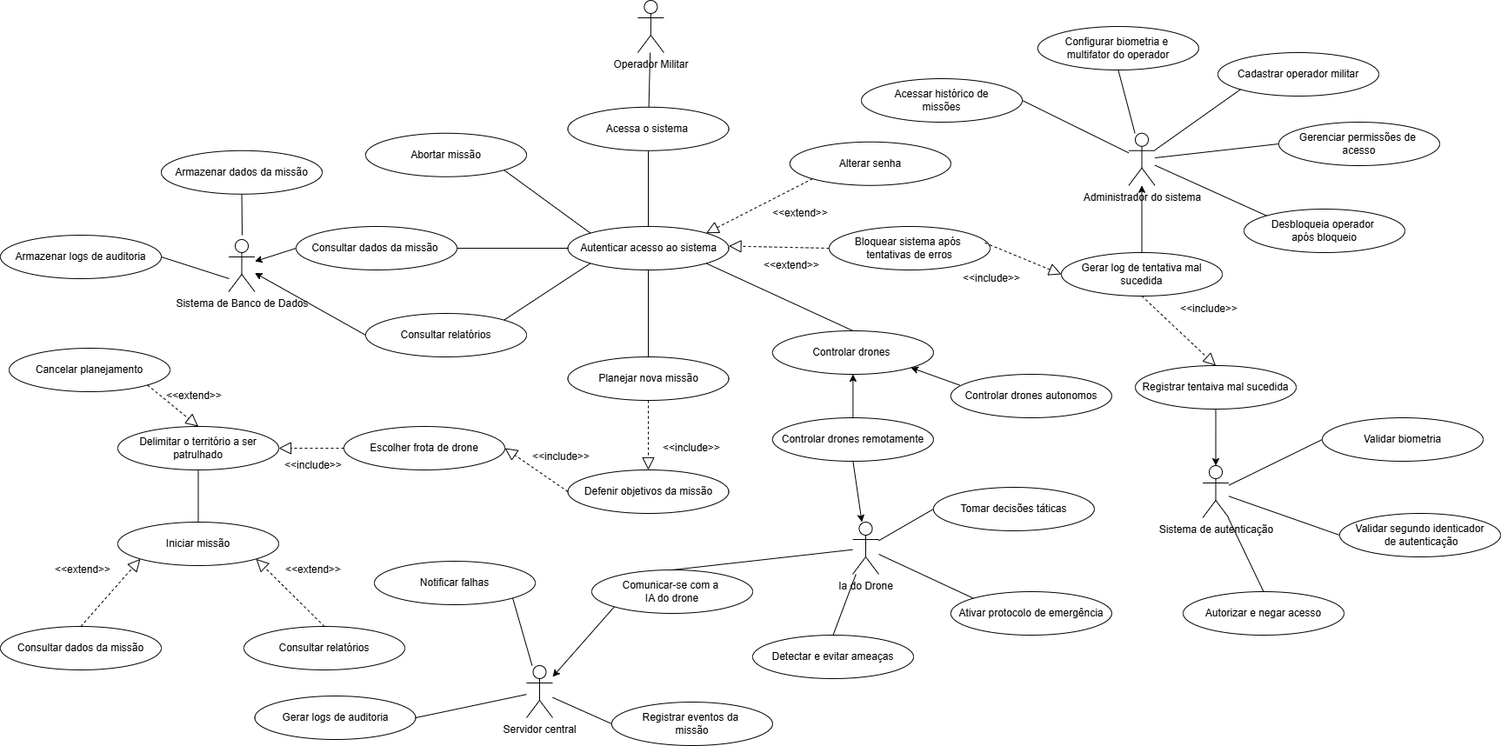
This is docs/img/DiagramaCasoDeUso.png from grupo4G/UML-01-FCI, a draw.io export, as it was before one commit. Source tidied: cells renumbered, new cells last; positions are measured from the earlier drawing's top-left corner, leaving out a move shared by most shapes.
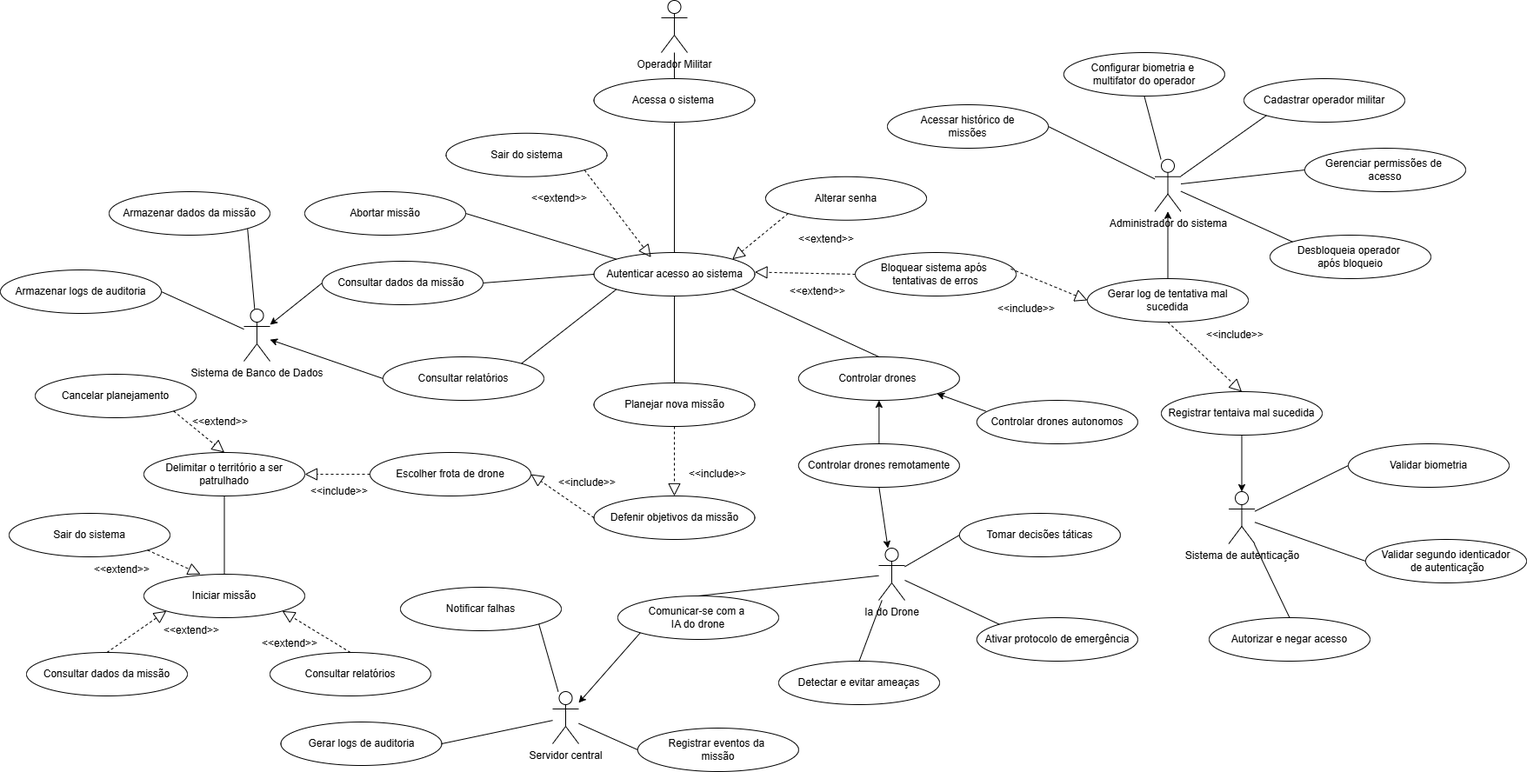
Later version of the same file.

Diff of the diagram source:
```diff
@@ -3,7 +3,7 @@
     <mxCell id="0" />
     <mxCell id="1" parent="0" />
     <mxCell id="2" value="Operador Militar&lt;div&gt;&lt;br&gt;&lt;/div&gt;" style="shape=umlActor;verticalLabelPosition=bottom;verticalAlign=top;html=1;outlineConnect=0;" parent="1" vertex="1">
-      <mxGeometry x="732.9" width="30" height="60" as="geometry" />
+      <mxGeometry x="730" y="-30" width="30" height="60" as="geometry" />
     </mxCell>
     <mxCell id="3" value="Autenticar acesso ao sistema" style="ellipse;whiteSpace=wrap;html=1;" parent="1" vertex="1">
       <mxGeometry x="652.5" y="260" width="185" height="50" as="geometry" />
@@ -12,7 +12,7 @@
       <mxGeometry x="652.5" y="410" width="185" height="50" as="geometry" />
     </mxCell>
     <mxCell id="5" value="Consultar dados da missão&amp;nbsp;" style="ellipse;whiteSpace=wrap;html=1;" parent="1" vertex="1">
-      <mxGeometry x="340" y="260" width="185" height="50" as="geometry" />
+      <mxGeometry x="340" y="270" width="185" height="50" as="geometry" />
     </mxCell>
     <mxCell id="6" value="Controlar drones&amp;nbsp;" style="ellipse;whiteSpace=wrap;html=1;" parent="1" vertex="1">
       <mxGeometry x="887.9" y="380" width="185" height="50" as="geometry" />
@@ -33,32 +33,28 @@
       <mxGeometry relative="1" as="geometry" />
     </mxCell>
     <mxCell id="12" value="Sistema de Banco de Dados" style="shape=umlActor;verticalLabelPosition=bottom;verticalAlign=top;html=1;outlineConnect=0;" parent="1" vertex="1">
-      <mxGeometry x="262.5" y="275" width="30" height="60" as="geometry" />
+      <mxGeometry x="250" y="325" width="30" height="60" as="geometry" />
     </mxCell>
     <mxCell id="13" style="endArrow=classic;html=1;rounded=0;exitX=0;exitY=0.5;exitDx=0;exitDy=0;" parent="1" edge="1" source="5" target="12">
       <mxGeometry relative="1" as="geometry" />
     </mxCell>
     <mxCell id="14" value="Armazenar logs de auditoria" style="ellipse;whiteSpace=wrap;html=1;" parent="1" vertex="1">
-      <mxGeometry y="270" width="185" height="50" as="geometry" />
+      <mxGeometry x="-30" y="280" width="185" height="50" as="geometry" />
     </mxCell>
     <mxCell id="15" value="Escolher frota de drone" style="ellipse;whiteSpace=wrap;html=1;" parent="1" vertex="1">
       <mxGeometry x="395" y="490" width="185" height="50" as="geometry" />
     </mxCell>
-    <mxCell id="16" style="endArrow=none;html=1;rounded=0;entryX=0.5;entryY=1;entryDx=0;entryDy=0;" parent="1" edge="1" target="57">
-      <mxGeometry relative="1" as="geometry">
-        <mxPoint x="278" y="270" as="sourcePoint" />
-      </mxGeometry>
+    <mxCell id="16" style="endArrow=none;html=1;rounded=0;entryX=1;entryY=1;entryDx=0;entryDy=0;" parent="1" edge="1" source="12" target="57">
+      <mxGeometry relative="1" as="geometry" />
     </mxCell>
-    <mxCell id="17" style="endArrow=none;html=1;rounded=0;entryX=1;entryY=0.5;entryDx=0;entryDy=0;" parent="1" edge="1" target="14">
-      <mxGeometry relative="1" as="geometry">
-        <mxPoint x="263" y="320" as="sourcePoint" />
-      </mxGeometry>
+    <mxCell id="17" style="endArrow=none;html=1;rounded=0;entryX=1;entryY=0.5;entryDx=0;entryDy=0;" parent="1" edge="1" source="12" target="14">
+      <mxGeometry relative="1" as="geometry" />
     </mxCell>
     <mxCell id="18" value="&amp;lt;&amp;lt;include&amp;gt;&amp;gt;" style="text;html=1;align=center;verticalAlign=middle;whiteSpace=wrap;rounded=0;" parent="1" vertex="1">
       <mxGeometry x="605" y="510" width="80" height="30" as="geometry" />
     </mxCell>
     <mxCell id="19" value="Acessa o sistema&amp;nbsp;" style="ellipse;whiteSpace=wrap;html=1;" parent="1" vertex="1">
-      <mxGeometry x="652.5" y="122.8" width="185" height="50" as="geometry" />
+      <mxGeometry x="652.5" y="60" width="185" height="50" as="geometry" />
     </mxCell>
     <mxCell id="20" style="endArrow=none;html=1;rounded=0;" parent="1" edge="1" source="19" target="2">
       <mxGeometry relative="1" as="geometry" />
@@ -81,7 +77,7 @@
       <mxGeometry relative="1" as="geometry" />
     </mxCell>
     <mxCell id="26" value="&amp;lt;&amp;lt;include&amp;gt;&amp;gt;" style="text;html=1;align=center;verticalAlign=middle;whiteSpace=wrap;rounded=0;" parent="1" vertex="1">
-      <mxGeometry x="1100" y="305" width="80" height="30" as="geometry" />
+      <mxGeometry x="1110" y="310" width="80" height="30" as="geometry" />
     </mxCell>
     <mxCell id="27" style="endArrow=block;dashed=1;endFill=0;endSize=12;html=1;rounded=0;entryX=1;entryY=0.5;entryDx=0;entryDy=0;exitX=0;exitY=0.5;exitDx=0;exitDy=0;" parent="1" edge="1" source="7" target="15">
       <mxGeometry relative="1" as="geometry" />
@@ -114,7 +110,7 @@
       <mxGeometry relative="1" as="geometry" />
     </mxCell>
     <mxCell id="37" value="Alterar senha" style="ellipse;whiteSpace=wrap;html=1;" parent="1" vertex="1">
-      <mxGeometry x="907.9" y="162.8" width="185" height="50" as="geometry" />
+      <mxGeometry x="850" y="172.8" width="185" height="50" as="geometry" />
     </mxCell>
     <mxCell id="38" style="endArrow=block;dashed=1;endFill=0;endSize=12;html=1;rounded=0;exitX=0;exitY=1;exitDx=0;exitDy=0;entryX=1;entryY=0;entryDx=0;entryDy=0;" parent="1" edge="1" source="37" target="3">
       <mxGeometry relative="1" as="geometry" />
@@ -138,7 +134,7 @@
       <mxGeometry x="320" y="520" width="80" height="30" as="geometry" />
     </mxCell>
     <mxCell id="45" value="Iniciar missão" style="ellipse;whiteSpace=wrap;html=1;" parent="1" vertex="1">
-      <mxGeometry x="135" y="600" width="185" height="50" as="geometry" />
+      <mxGeometry x="135" y="630" width="185" height="50" as="geometry" />
     </mxCell>
     <mxCell id="46" value="Cancelar planejamento" style="ellipse;whiteSpace=wrap;html=1;" parent="1" vertex="1">
       <mxGeometry x="10" y="400" width="185" height="50" as="geometry" />
@@ -147,16 +143,16 @@
       <mxGeometry relative="1" as="geometry" />
     </mxCell>
     <mxCell id="48" value="Abortar missão" style="ellipse;whiteSpace=wrap;html=1;" parent="1" vertex="1">
-      <mxGeometry x="420" y="152.8" width="185" height="50" as="geometry" />
+      <mxGeometry x="320" y="190" width="185" height="50" as="geometry" />
     </mxCell>
-    <mxCell id="49" style="endArrow=none;html=1;rounded=0;exitX=1;exitY=1;exitDx=0;exitDy=0;entryX=0;entryY=0;entryDx=0;entryDy=0;" parent="1" edge="1" source="48" target="3">
+    <mxCell id="49" style="endArrow=none;html=1;rounded=0;exitX=1;exitY=0.5;exitDx=0;exitDy=0;entryX=0;entryY=0;entryDx=0;entryDy=0;" parent="1" edge="1" source="48" target="3">
       <mxGeometry relative="1" as="geometry" />
     </mxCell>
     <mxCell id="50" style="endArrow=none;html=1;rounded=0;entryX=0;entryY=1;entryDx=0;entryDy=0;exitX=1;exitY=0;exitDx=0;exitDy=0;" parent="1" edge="1" source="51" target="3">
       <mxGeometry relative="1" as="geometry" />
     </mxCell>
     <mxCell id="51" value="Consultar relatórios" style="ellipse;whiteSpace=wrap;html=1;" parent="1" vertex="1">
-      <mxGeometry x="420" y="360" width="185" height="50" as="geometry" />
+      <mxGeometry x="410" y="380" width="185" height="50" as="geometry" />
     </mxCell>
     <mxCell id="52" value="Gerenciar permissões de&amp;nbsp;&lt;div&gt;acesso&lt;/div&gt;" style="ellipse;whiteSpace=wrap;html=1;" parent="1" vertex="1">
       <mxGeometry x="1470" y="140" width="185" height="50" as="geometry" />
@@ -174,7 +170,7 @@
       <mxGeometry relative="1" as="geometry" />
     </mxCell>
     <mxCell id="57" value="Armazenar dados da missão" style="ellipse;whiteSpace=wrap;html=1;" parent="1" vertex="1">
-      <mxGeometry x="185" y="172.8" width="185" height="50" as="geometry" />
+      <mxGeometry x="95" y="190" width="185" height="50" as="geometry" />
     </mxCell>
     <mxCell id="58" value="Consultar relatórios" style="ellipse;whiteSpace=wrap;html=1;" parent="1" vertex="1">
       <mxGeometry x="280" y="720" width="185" height="50" as="geometry" />
@@ -189,10 +185,10 @@
       <mxGeometry relative="1" as="geometry" />
     </mxCell>
     <mxCell id="62" value="&amp;lt;&amp;lt;extend&amp;gt;&amp;gt;" style="text;html=1;align=center;verticalAlign=middle;whiteSpace=wrap;rounded=0;rotation=0;" parent="1" vertex="1">
-      <mxGeometry x="320" y="640" width="80" height="30" as="geometry" />
+      <mxGeometry x="262.5" y="695" width="80" height="30" as="geometry" />
     </mxCell>
     <mxCell id="63" value="&amp;lt;&amp;lt;extend&amp;gt;&amp;gt;" style="text;html=1;align=center;verticalAlign=middle;whiteSpace=wrap;rounded=0;rotation=0;" parent="1" vertex="1">
-      <mxGeometry x="55" y="640" width="80" height="30" as="geometry" />
+      <mxGeometry x="150" y="680" width="80" height="30" as="geometry" />
     </mxCell>
     <mxCell id="64" style="endArrow=block;dashed=1;endFill=0;endSize=12;html=1;rounded=0;exitX=0.5;exitY=0;exitDx=0;exitDy=0;entryX=1;entryY=1;entryDx=0;entryDy=0;" parent="1" edge="1" source="58" target="45">
       <mxGeometry relative="1" as="geometry" />
@@ -296,5 +292,25 @@
     <mxCell id="97" style="endArrow=classic;html=1;rounded=0;exitX=0.5;exitY=1;exitDx=0;exitDy=0;" parent="1" edge="1" source="91" target="87">
       <mxGeometry relative="1" as="geometry" />
     </mxCell>
+    <mxCell id="98" value="Sair do sistema" style="ellipse;whiteSpace=wrap;html=1;" parent="1" vertex="1">
+      <mxGeometry x="-20" y="560" width="185" height="50" as="geometry" />
+    </mxCell>
+    <mxCell id="99" style="endArrow=block;dashed=1;endFill=0;endSize=12;html=1;rounded=0;exitX=1;exitY=1;exitDx=0;exitDy=0;" parent="1" edge="1" source="98">
+      <mxGeometry relative="1" as="geometry">
+        <mxPoint x="200" y="630" as="targetPoint" />
+      </mxGeometry>
+    </mxCell>
+    <mxCell id="100" value="&amp;lt;&amp;lt;extend&amp;gt;&amp;gt;" style="text;html=1;align=center;verticalAlign=middle;whiteSpace=wrap;rounded=0;rotation=0;" parent="1" vertex="1">
+      <mxGeometry x="70" y="610" width="80" height="30" as="geometry" />
+    </mxCell>
+    <mxCell id="101" style="endArrow=block;dashed=1;endFill=0;endSize=12;html=1;rounded=0;exitX=1;exitY=1;exitDx=0;exitDy=0;entryX=0.355;entryY=0.109;entryDx=0;entryDy=0;entryPerimeter=0;" parent="1" edge="1" source="102" target="3">
+      <mxGeometry relative="1" as="geometry" />
+    </mxCell>
+    <mxCell id="102" value="Sair do sistema" style="ellipse;whiteSpace=wrap;html=1;" parent="1" vertex="1">
+      <mxGeometry x="482.5" y="122.8" width="185" height="50" as="geometry" />
+    </mxCell>
+    <mxCell id="103" value="&amp;lt;&amp;lt;extend&amp;gt;&amp;gt;" style="text;html=1;align=center;verticalAlign=middle;whiteSpace=wrap;rounded=0;" parent="1" vertex="1">
+      <mxGeometry x="572.5" y="182.8" width="80" height="30" as="geometry" />
+    </mxCell>
   </root>
 </mxGraphModel>
```
